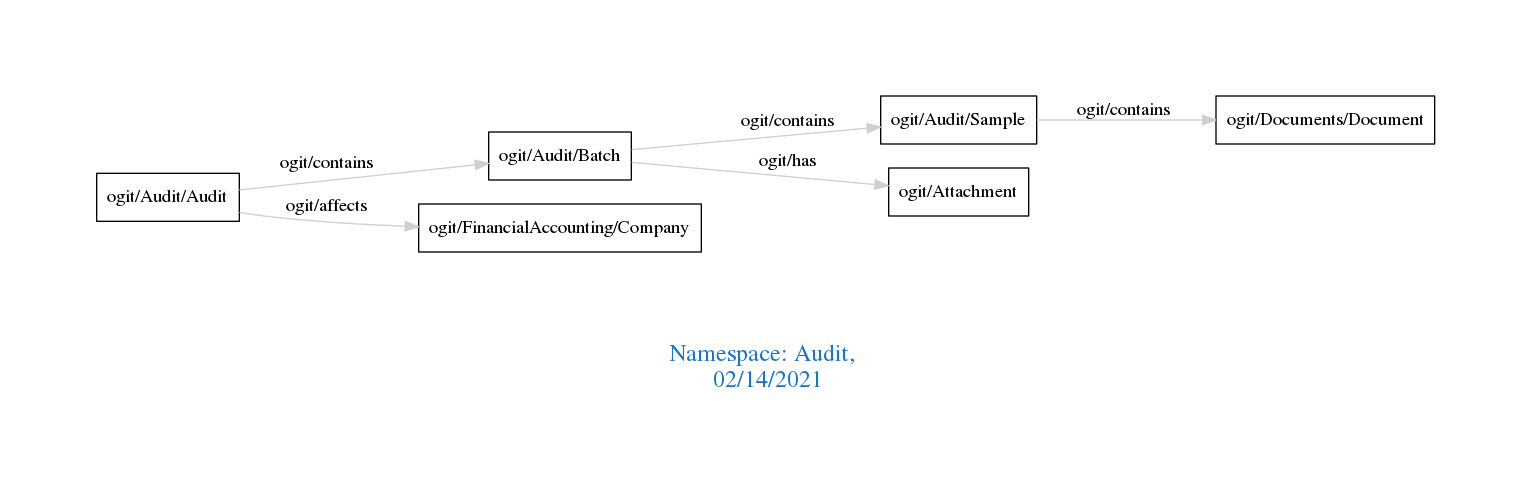
Before: downloads/Audit.png, a diagram exported from Graphviz (arago/OGIT). Its source is kept beside it as downloads/Audit.dot.
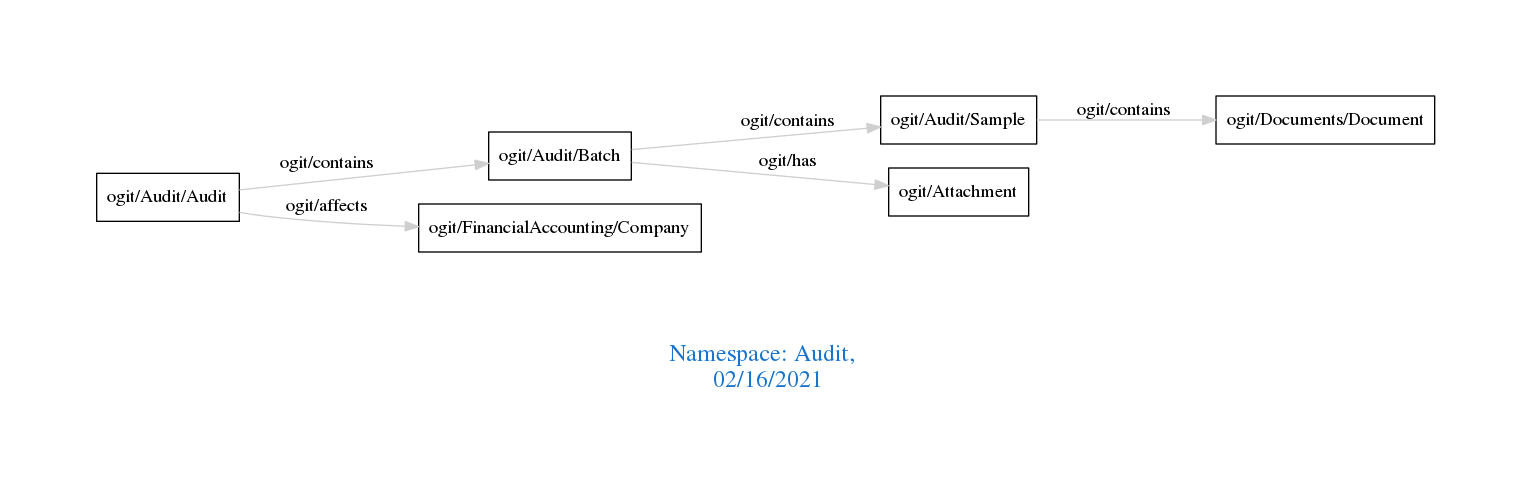
Above is the later version.

Change to the diagram source:
```diff
@@ -1,7 +1,7 @@
 digraph OGIT_ontology {
  graph [ rankdir= LR,pad=1
 fontsize = 18,
-fontcolor= dodgerblue3,label = "\n\n\nNamespace: Audit, \n 02/14/2021"];
+fontcolor= dodgerblue3,label = "\n\n\nNamespace: Audit, \n 02/16/2021"];
 node[shape=polygon];
 edge [  color="gray81"];
 
```
